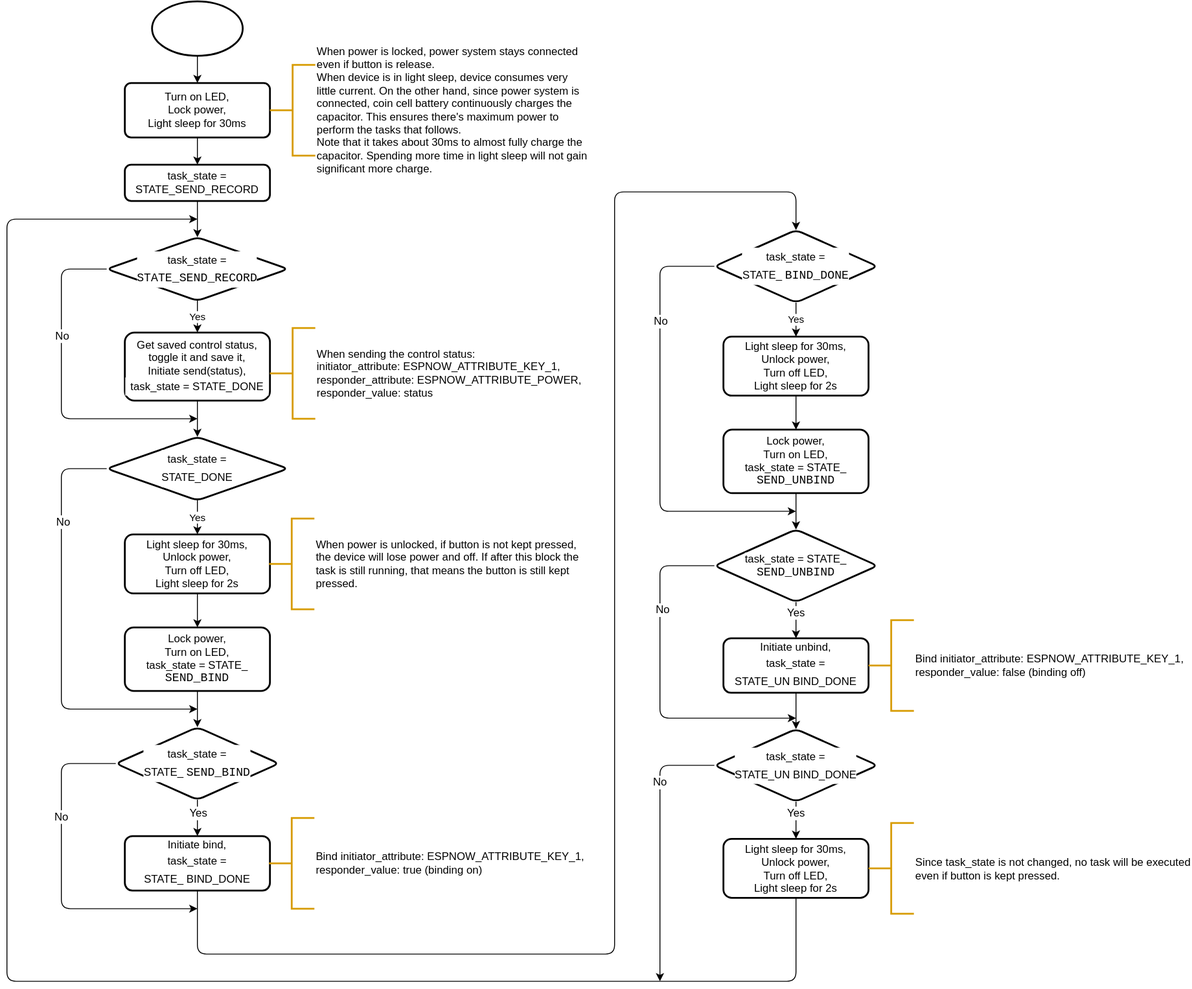
espressif/esp-now keeps this draw.io diagram as examples/coin_cell_demo/switch/docs/img/button-software-flow.drawio.svg. Above is the earlier version. Source tidied: cells renumbered, new cells last; positions are measured from the earlier drawing's top-left corner, leaving out a move shared by most shapes.
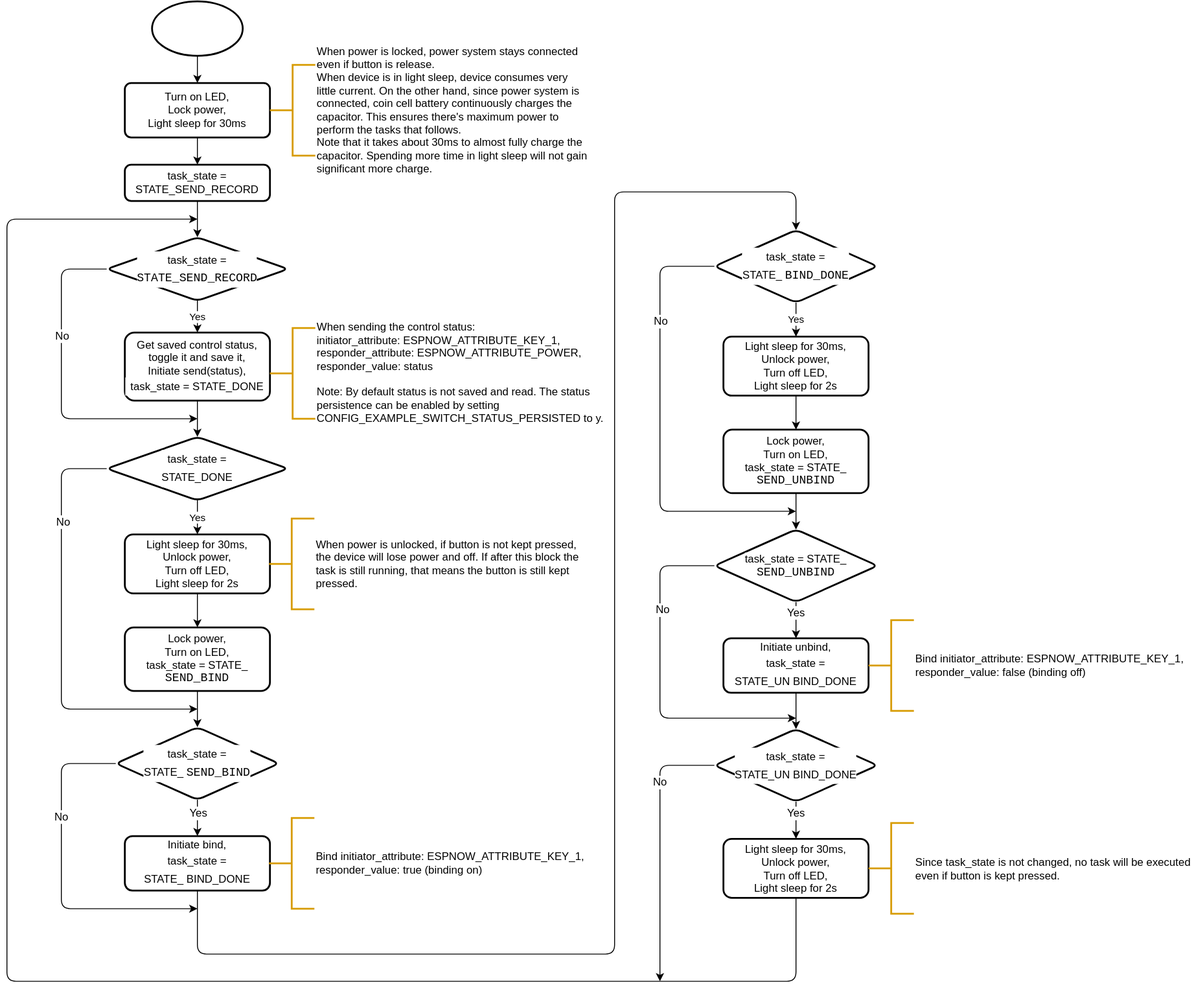
After the change.

Commit message:
fix: coin cell switch optimization.

Change to the diagram source:
```diff
@@ -41,7 +41,7 @@
     <mxCell id="12" value="Get saved control status, toggle it and save it,&lt;br&gt;Initiate send(status),&lt;br&gt;&lt;div style=&quot;background-color: rgb(255, 255, 255); line-height: 20px;&quot;&gt;&lt;font style=&quot;font-size: 12px;&quot;&gt;task_state = STATE_DONE&lt;/font&gt;&lt;/div&gt;" style="whiteSpace=wrap;html=1;rounded=1;arcSize=14;strokeWidth=2;" parent="1" vertex="1">
       <mxGeometry x="130" y="365" width="160" height="75" as="geometry" />
     </mxCell>
-    <mxCell id="13" value="When sending the control status:&lt;br&gt;initiator_attribute:&amp;nbsp;&lt;span style=&quot;background-color: rgb(255, 255, 255);&quot;&gt;&lt;font style=&quot;font-size: 12px;&quot;&gt;ESPNOW_ATTRIBUTE_KEY_1,&lt;br&gt;responder_attribute: ESPNOW_ATTRIBUTE_POWER,&lt;br&gt;responder_value: status&lt;/font&gt;&lt;/span&gt;" style="strokeWidth=2;html=1;shape=mxgraph.flowchart.annotation_2;align=left;labelPosition=right;fillColor=#ffe6cc;strokeColor=#d79b00;" parent="1" vertex="1">
+    <mxCell id="13" value="When sending the control status:&lt;br&gt;initiator_attribute:&amp;nbsp;&lt;span style=&quot;background-color: rgb(255, 255, 255);&quot;&gt;&lt;font style=&quot;font-size: 12px;&quot;&gt;ESPNOW_ATTRIBUTE_KEY_1,&lt;br&gt;responder_attribute: ESPNOW_ATTRIBUTE_POWER,&lt;br&gt;responder_value: status&lt;br&gt;&lt;br&gt;Note: By default status is not saved and read. The status&lt;br&gt;persistence can be enabled by setting&lt;br&gt;CONFIG_EXAMPLE_SWITCH_STATUS_PERSISTED to y.&lt;/font&gt;&lt;/span&gt;&lt;span style=&quot;background-color: rgb(255, 255, 255); font-family: Menlo, Monaco, &amp;quot;Courier New&amp;quot;, monospace; font-size: 13px;&quot;&gt;&lt;br&gt;&lt;/span&gt;" style="strokeWidth=2;html=1;shape=mxgraph.flowchart.annotation_2;align=left;labelPosition=right;fillColor=#ffe6cc;strokeColor=#d79b00;" parent="1" vertex="1">
       <mxGeometry x="290" y="360" width="50" height="100" as="geometry" />
     </mxCell>
     <mxCell id="14" value="Yes" style="edgeStyle=none;html=1;" parent="1" edge="1" source="17" target="19">
```
